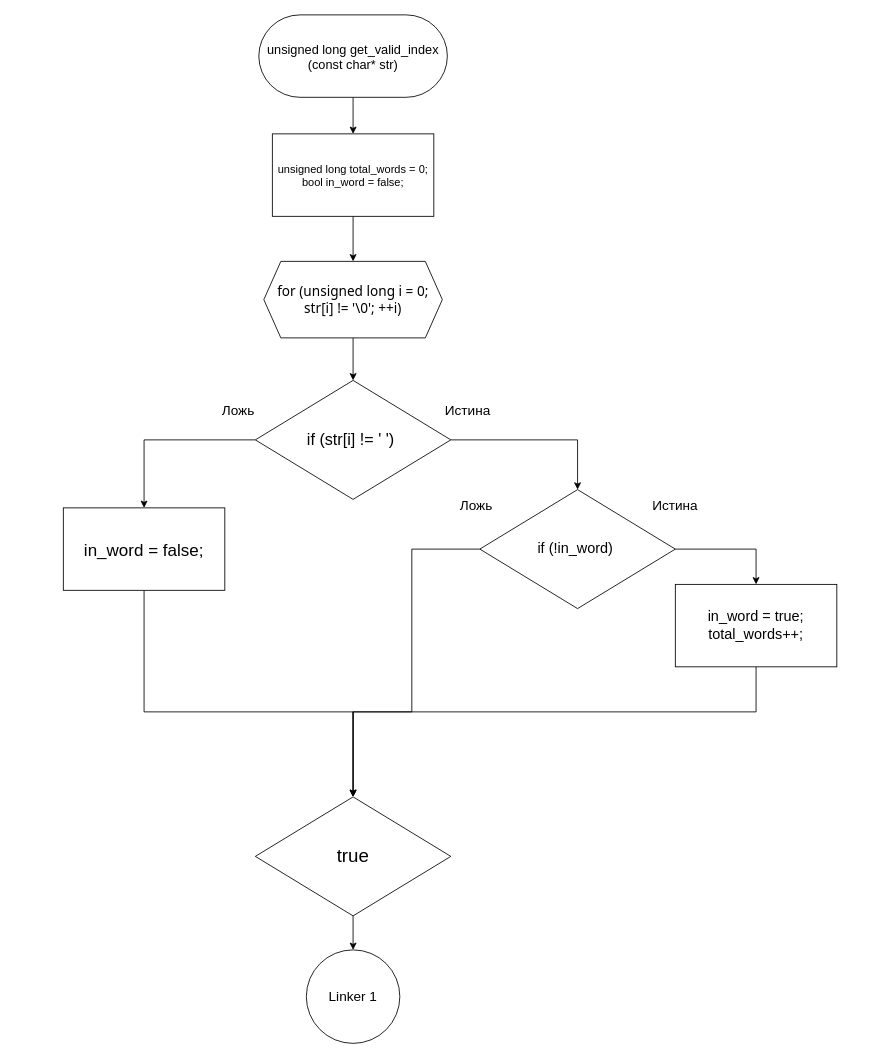
Above: get_valid_index.drawio in kravecila28-ops/Block-diagram_templates (draw.io), before the change. Source tidied: cells renumbered, new cells numbered last; positions are measured from the earlier drawing's top-left corner, leaving out a move shared by most shapes. Both pictures are drawn from the tidied source at 85%, with x=0, y=0 at pixel (63, 14).
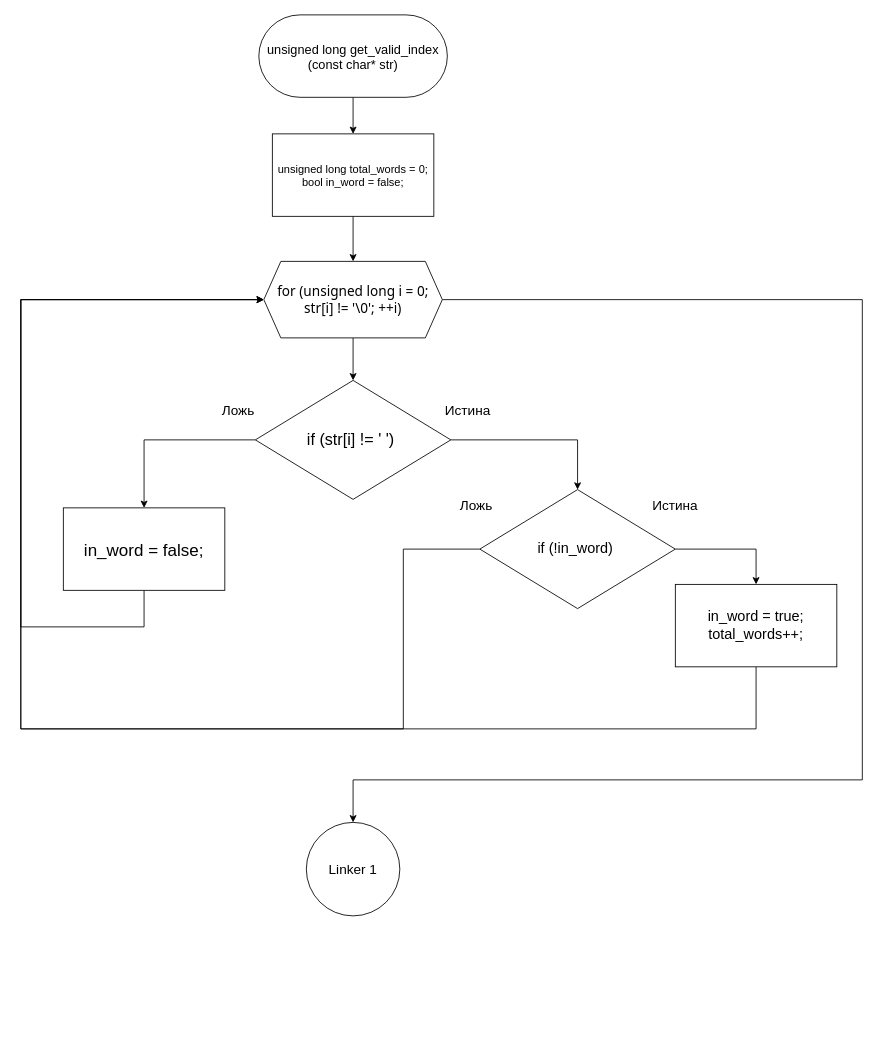
After the change.

Unchanged cells that the change refers to:
```xml
<mxCell id="12" value="&lt;div style=&quot;&quot;&gt;&lt;font face=&quot;Google Sans Flex, Google Sans, system-ui, sans-serif&quot; style=&quot;font-size: 16px;&quot;&gt;&lt;span style=&quot;font-variant-ligatures: none; white-space-collapse: preserve;&quot;&gt;for (unsigned long i = 0;&lt;/span&gt;&lt;/font&gt;&lt;/div&gt;&lt;div style=&quot;&quot;&gt;&lt;font face=&quot;Google Sans Flex, Google Sans, system-ui, sans-serif&quot; style=&quot;font-size: 16px;&quot;&gt;&lt;span style=&quot;font-variant-ligatures: none; white-space-collapse: preserve;&quot;&gt; str[i] != '\0'; ++i)&amp;nbsp;&lt;/span&gt;&lt;/font&gt;&lt;/div&gt;" style="shape=hexagon;perimeter=hexagonPerimeter2;whiteSpace=wrap;html=1;fixedSize=1;align=center;labelBackgroundColor=none;" parent="1" vertex="1">
  <mxGeometry x="235.9" y="290" width="210" height="90" as="geometry" />
</mxCell>
<mxCell id="15" value="&lt;font style=&quot;font-size: 17px;&quot;&gt;if (!in_word)&amp;nbsp;&lt;/font&gt;" style="rhombus;whiteSpace=wrap;html=1;labelBackgroundColor=none;" parent="1" vertex="1">
  <mxGeometry x="490" y="558.5" width="230" height="140" as="geometry" />
</mxCell>
<mxCell id="17" value="&lt;div&gt;&lt;font style=&quot;font-size: 17px;&quot;&gt;in_word = true;&lt;/font&gt;&lt;/div&gt;&lt;div&gt;&lt;font style=&quot;font-size: 17px;&quot;&gt;total_words++;&lt;/font&gt;&lt;/div&gt;" style="rounded=0;whiteSpace=wrap;html=1;labelBackgroundColor=none;" parent="1" vertex="1">
  <mxGeometry x="720" y="670" width="190" height="97" as="geometry" />
</mxCell>
<mxCell id="21" value="&lt;font style=&quot;font-size: 20px;&quot;&gt;in_word = false;&lt;/font&gt;" style="rounded=0;whiteSpace=wrap;html=1;labelBackgroundColor=none;" parent="1" vertex="1">
  <mxGeometry y="580" width="190" height="97" as="geometry" />
</mxCell>
```

Diff of the diagram source:
```diff
@@
+    <mxCell id="25" style="edgeStyle=orthogonalEdgeStyle;rounded=0;jettySize=auto;html=1;exitX=1;exitY=0.5;exitDx=0;exitDy=0;entryX=0.5;entryY=0;entryDx=0;entryDy=0;" parent="1" edge="1" source="12" target="24">
+      <mxGeometry relative="1" as="geometry">
+        <Array as="points">
+          <mxPoint x="940" y="335" />
+          <mxPoint x="940" y="900" />
+          <mxPoint x="341" y="900" />
+        </Array>
+      </mxGeometry>
+    </mxCell>
@@
-    <mxCell id="14" style="edgeStyle=orthogonalEdgeStyle;rounded=0;jettySize=auto;html=1;exitX=0;exitY=0.5;exitDx=0;exitDy=0;entryX=0.5;entryY=0;entryDx=0;entryDy=0;" parent="1" edge="1" source="15" target="23">
-      <mxGeometry relative="1" as="geometry">
-        <Array as="points">
-          <mxPoint x="410" y="629" />
-          <mxPoint x="410" y="820" />
-          <mxPoint x="341" y="820" />
-        </Array>
-      </mxGeometry>
-    </mxCell>
+    <mxCell id="26" style="edgeStyle=orthogonalEdgeStyle;rounded=0;jettySize=auto;html=1;exitX=0;exitY=0.5;exitDx=0;exitDy=0;entryX=0;entryY=0.5;entryDx=0;entryDy=0;" parent="1" edge="1" source="15" target="12">
+      <mxGeometry relative="1" as="geometry">
+        <Array as="points">
+          <mxPoint x="400" y="629" />
+          <mxPoint x="400" y="840" />
+          <mxPoint x="-50" y="840" />
+          <mxPoint x="-50" y="335" />
+        </Array>
+      </mxGeometry>
+    </mxCell>
@@
-    <mxCell id="16" style="edgeStyle=orthogonalEdgeStyle;rounded=0;jettySize=auto;html=1;exitX=0.5;exitY=1;exitDx=0;exitDy=0;entryX=0.5;entryY=0;entryDx=0;entryDy=0;" parent="1" edge="1" source="17" target="23">
-      <mxGeometry relative="1" as="geometry">
-        <Array as="points">
-          <mxPoint x="815" y="820" />
-          <mxPoint x="341" y="820" />
-        </Array>
-      </mxGeometry>
-    </mxCell>
+    <mxCell id="27" style="edgeStyle=orthogonalEdgeStyle;rounded=0;jettySize=auto;html=1;exitX=0.5;exitY=1;exitDx=0;exitDy=0;entryX=0;entryY=0.5;entryDx=0;entryDy=0;" parent="1" edge="1" source="17" target="12">
+      <mxGeometry relative="1" as="geometry">
+        <Array as="points">
+          <mxPoint x="815" y="840" />
+          <mxPoint x="-50" y="840" />
+          <mxPoint x="-50" y="335" />
+        </Array>
+      </mxGeometry>
+    </mxCell>
@@
-    <mxCell id="20" style="edgeStyle=orthogonalEdgeStyle;rounded=0;jettySize=auto;html=1;exitX=0.5;exitY=1;exitDx=0;exitDy=0;entryX=0.5;entryY=0;entryDx=0;entryDy=0;" parent="1" edge="1" source="21" target="23">
-      <mxGeometry relative="1" as="geometry">
-        <Array as="points">
-          <mxPoint x="95" y="820" />
-          <mxPoint x="341" y="820" />
-        </Array>
-      </mxGeometry>
-    </mxCell>
+    <mxCell id="28" style="edgeStyle=orthogonalEdgeStyle;rounded=0;jettySize=auto;html=1;exitX=0.5;exitY=1;exitDx=0;exitDy=0;entryX=0;entryY=0.5;entryDx=0;entryDy=0;" parent="1" edge="1" source="21" target="12">
+      <mxGeometry relative="1" as="geometry">
+        <Array as="points">
+          <mxPoint x="95" y="720" />
+          <mxPoint x="-50" y="720" />
+          <mxPoint x="-50" y="335" />
+        </Array>
+      </mxGeometry>
+    </mxCell>
@@
-    <mxCell id="22" style="edgeStyle=orthogonalEdgeStyle;rounded=0;jettySize=auto;html=1;exitX=0.5;exitY=1;exitDx=0;exitDy=0;entryX=0.5;entryY=0;entryDx=0;entryDy=0;" parent="1" edge="1" source="23" target="24">
-      <mxGeometry relative="1" as="geometry" />
-    </mxCell>
-    <mxCell id="23" value="&lt;font style=&quot;font-size: 22px;&quot;&gt;true&lt;/font&gt;" style="rhombus;whiteSpace=wrap;html=1;labelBackgroundColor=none;" parent="1" vertex="1">
-      <mxGeometry x="225.9" y="920" width="230" height="140" as="geometry" />
-    </mxCell>
     <mxCell id="24" value="&lt;font style=&quot;font-size: 16px;&quot;&gt;Linker 1&lt;/font&gt;" style="ellipse;whiteSpace=wrap;html=1;" parent="1" vertex="1">
-      <mxGeometry x="285.9" y="1100" width="110" height="110" as="geometry" />
+      <mxGeometry x="285.9" y="950" width="110" height="110" as="geometry" />
     </mxCell>
```
